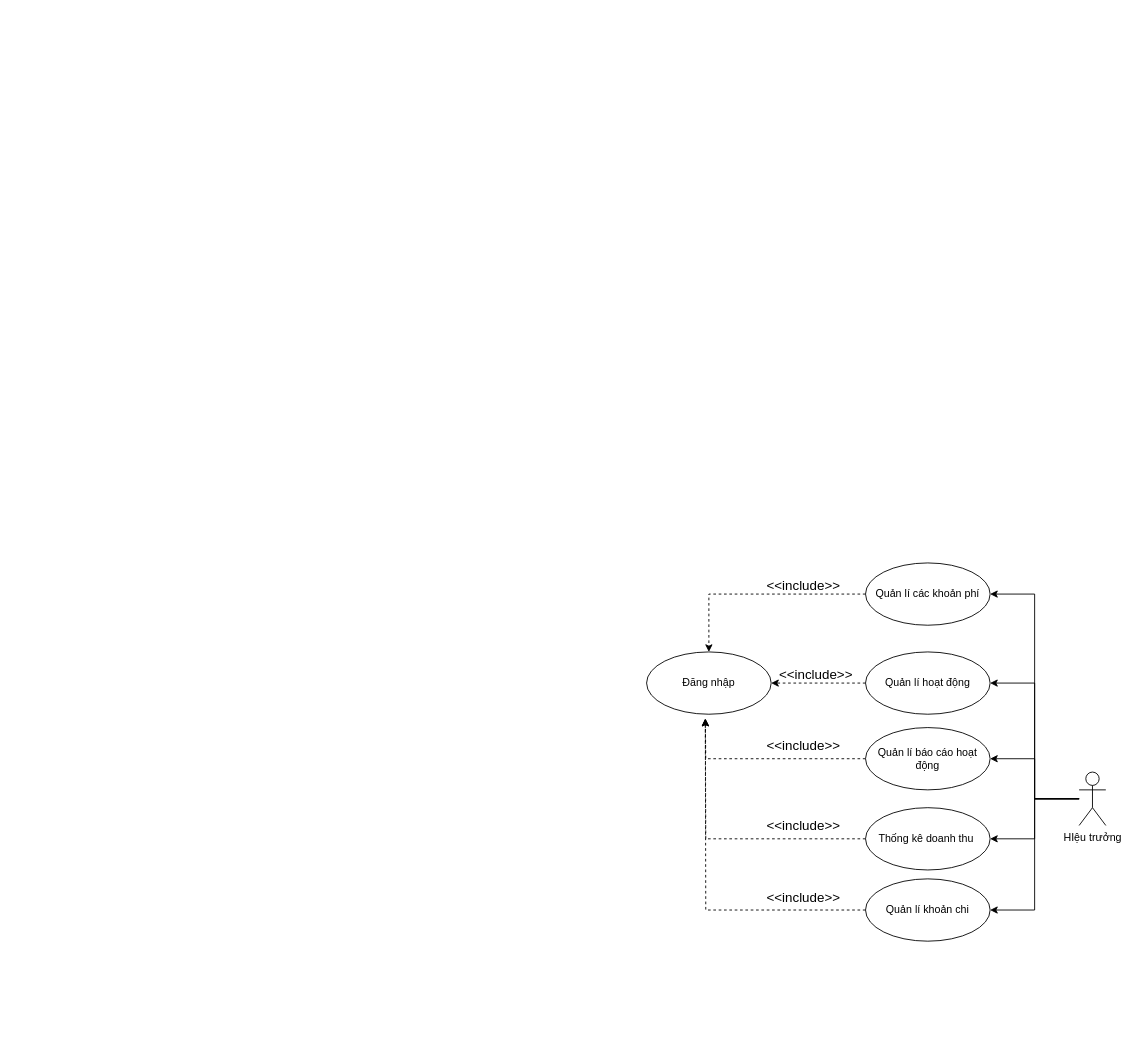
Before: page "usecase tong" (2 of 7) of doc/usecase/mamnonusecase.drawio in tuankiet64-cntt/quanlitruongmamnon, a draw.io diagram. Source tidied: cells renumbered, new cells numbered last; positions are measured from the earlier drawing's top-left corner, leaving out a move shared by most shapes. Both pictures are drawn from the tidied source at 89%, with x=0, y=0 at pixel (646, 562).
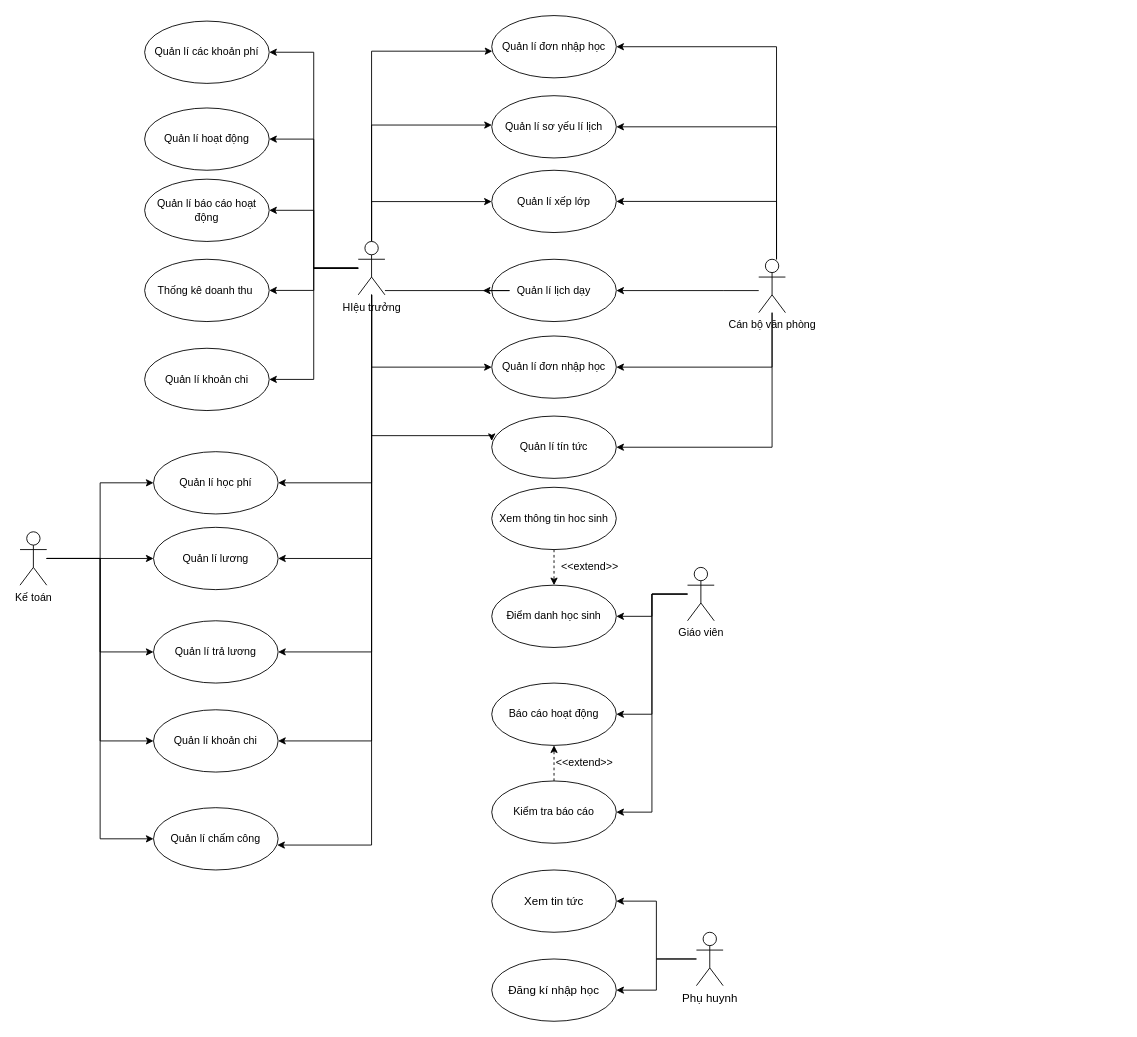
The same page after the edit.

What changed in the source:
```diff
@@
-    <mxCell id="2" value="Đăng nhập" style="ellipse;whiteSpace=wrap;html=1;" parent="1" vertex="1">
-      <mxGeometry y="100" width="140" height="70" as="geometry" />
-    </mxCell>
+    <mxCell id="24" value="Quản lí đơn nhập học" style="ellipse;whiteSpace=wrap;html=1;" parent="1" vertex="1">
+      <mxGeometry x="-174" y="-615" width="140" height="70" as="geometry" />
+    </mxCell>
+    <mxCell id="25" style="edgeStyle=orthogonalEdgeStyle;rounded=0;jettySize=auto;html=1;entryX=1;entryY=0.5;entryDx=0;entryDy=0;" parent="1" edge="1" source="31" target="24">
+      <mxGeometry relative="1" as="geometry">
+        <Array as="points">
+          <mxPoint x="146" y="-580" />
+        </Array>
+      </mxGeometry>
+    </mxCell>
+    <mxCell id="26" style="edgeStyle=orthogonalEdgeStyle;rounded=0;jettySize=auto;html=1;entryX=1;entryY=0.5;entryDx=0;entryDy=0;" parent="1" edge="1" source="31" target="32">
+      <mxGeometry relative="1" as="geometry">
+        <Array as="points">
+          <mxPoint x="146" y="-490" />
+        </Array>
+      </mxGeometry>
+    </mxCell>
+    <mxCell id="27" style="edgeStyle=orthogonalEdgeStyle;rounded=0;jettySize=auto;html=1;entryX=1;entryY=0.5;entryDx=0;entryDy=0;" parent="1" edge="1" source="31" target="33">
+      <mxGeometry relative="1" as="geometry">
+        <Array as="points">
+          <mxPoint x="146" y="-406" />
+        </Array>
+      </mxGeometry>
+    </mxCell>
+    <mxCell id="28" style="edgeStyle=orthogonalEdgeStyle;rounded=0;jettySize=auto;html=1;" parent="1" edge="1" source="31" target="34">
+      <mxGeometry relative="1" as="geometry">
+        <Array as="points">
+          <mxPoint x="86" y="-306" />
+          <mxPoint x="86" y="-306" />
+        </Array>
+      </mxGeometry>
+    </mxCell>
+    <mxCell id="29" style="edgeStyle=orthogonalEdgeStyle;rounded=0;jettySize=auto;html=1;entryX=1;entryY=0.5;entryDx=0;entryDy=0;" parent="1" edge="1" source="31" target="35">
+      <mxGeometry relative="1" as="geometry">
+        <Array as="points">
+          <mxPoint x="141" y="-220" />
+        </Array>
+      </mxGeometry>
+    </mxCell>
+    <mxCell id="30" style="edgeStyle=orthogonalEdgeStyle;rounded=0;jettySize=auto;html=1;entryX=1;entryY=0.5;entryDx=0;entryDy=0;" parent="1" edge="1" source="31" target="36">
+      <mxGeometry relative="1" as="geometry">
+        <Array as="points">
+          <mxPoint x="141" y="-130" />
+        </Array>
+      </mxGeometry>
+    </mxCell>
+    <mxCell id="31" value="Cán bộ văn phòng" style="shape=umlActor;verticalLabelPosition=bottom;verticalAlign=top;html=1;" parent="1" vertex="1">
+      <mxGeometry x="126" y="-341.2" width="30" height="60" as="geometry" />
+    </mxCell>
+    <mxCell id="32" value="Quản lí sơ yếu lí lịch" style="ellipse;whiteSpace=wrap;html=1;" parent="1" vertex="1">
+      <mxGeometry x="-174" y="-525" width="140" height="70" as="geometry" />
+    </mxCell>
+    <mxCell id="33" value="Quản lí xếp lớp" style="ellipse;whiteSpace=wrap;html=1;" parent="1" vertex="1">
+      <mxGeometry x="-174" y="-441.2" width="140" height="70" as="geometry" />
+    </mxCell>
+    <mxCell id="34" value="Quản lí lịch dạy" style="ellipse;whiteSpace=wrap;html=1;" parent="1" vertex="1">
+      <mxGeometry x="-174" y="-341.2" width="140" height="70" as="geometry" />
+    </mxCell>
+    <mxCell id="35" value="Quản lí đơn nhập học" style="ellipse;whiteSpace=wrap;html=1;" parent="1" vertex="1">
+      <mxGeometry x="-174" y="-255" width="140" height="70" as="geometry" />
+    </mxCell>
+    <mxCell id="36" value="Quản lí tín tức" style="ellipse;whiteSpace=wrap;html=1;" parent="1" vertex="1">
+      <mxGeometry x="-174" y="-165" width="140" height="70" as="geometry" />
+    </mxCell>
@@
-    <mxCell id="7" style="edgeStyle=orthogonalEdgeStyle;rounded=0;jettySize=auto;html=1;entryX=1;entryY=0.5;entryDx=0;entryDy=0;" parent="1" edge="1" source="8" target="19">
-      <mxGeometry relative="1" as="geometry" />
-    </mxCell>
+    <mxCell id="37" style="edgeStyle=orthogonalEdgeStyle;rounded=0;jettySize=auto;html=1;entryX=1;entryY=0.5;entryDx=0;entryDy=0;" parent="1" edge="1" source="8" target="49">
+      <mxGeometry relative="1" as="geometry" />
+    </mxCell>
+    <mxCell id="38" style="edgeStyle=orthogonalEdgeStyle;rounded=0;jettySize=auto;html=1;" parent="1" edge="1" source="8" target="24">
+      <mxGeometry relative="1" as="geometry">
+        <Array as="points">
+          <mxPoint x="-309" y="-575" />
+        </Array>
+      </mxGeometry>
+    </mxCell>
+    <mxCell id="39" style="edgeStyle=orthogonalEdgeStyle;rounded=0;jettySize=auto;html=1;" parent="1" edge="1" source="8" target="32">
+      <mxGeometry relative="1" as="geometry">
+        <Array as="points">
+          <mxPoint x="-309" y="-492" />
+        </Array>
+      </mxGeometry>
+    </mxCell>
+    <mxCell id="40" style="edgeStyle=orthogonalEdgeStyle;rounded=0;jettySize=auto;html=1;" parent="1" edge="1" source="8" target="33">
+      <mxGeometry relative="1" as="geometry">
+        <Array as="points">
+          <mxPoint x="-309" y="-406" />
+        </Array>
+      </mxGeometry>
+    </mxCell>
+    <mxCell id="41" style="edgeStyle=orthogonalEdgeStyle;rounded=0;jettySize=auto;html=1;" parent="1" edge="1" source="8">
+      <mxGeometry relative="1" as="geometry">
+        <mxPoint x="-184" y="-306" as="targetPoint" />
+        <Array as="points">
+          <mxPoint x="-154" y="-306" />
+          <mxPoint x="-154" y="-306" />
+        </Array>
+      </mxGeometry>
+    </mxCell>
+    <mxCell id="42" style="edgeStyle=orthogonalEdgeStyle;rounded=0;jettySize=auto;html=1;entryX=0;entryY=0.5;entryDx=0;entryDy=0;" parent="1" edge="1" source="8" target="35">
+      <mxGeometry relative="1" as="geometry">
+        <Array as="points">
+          <mxPoint x="-309" y="-220" />
+        </Array>
+      </mxGeometry>
+    </mxCell>
+    <mxCell id="43" style="edgeStyle=orthogonalEdgeStyle;rounded=0;jettySize=auto;html=1;entryX=0;entryY=0.4;entryDx=0;entryDy=0;entryPerimeter=0;" parent="1" edge="1" source="8" target="36">
+      <mxGeometry relative="1" as="geometry">
+        <Array as="points">
+          <mxPoint x="-309" y="-143" />
+        </Array>
+      </mxGeometry>
+    </mxCell>
+    <mxCell id="44" style="edgeStyle=orthogonalEdgeStyle;rounded=0;jettySize=auto;html=1;entryX=1;entryY=0.5;entryDx=0;entryDy=0;" parent="1" edge="1" source="8" target="56">
+      <mxGeometry relative="1" as="geometry">
+        <Array as="points">
+          <mxPoint x="-309" y="-90" />
+        </Array>
+      </mxGeometry>
+    </mxCell>
+    <mxCell id="45" style="edgeStyle=orthogonalEdgeStyle;rounded=0;jettySize=auto;html=1;entryX=1;entryY=0.5;entryDx=0;entryDy=0;" parent="1" edge="1" source="8" target="57">
+      <mxGeometry relative="1" as="geometry">
+        <Array as="points">
+          <mxPoint x="-309" y="-5" />
+        </Array>
+      </mxGeometry>
+    </mxCell>
+    <mxCell id="46" style="edgeStyle=orthogonalEdgeStyle;rounded=0;jettySize=auto;html=1;entryX=1;entryY=0.5;entryDx=0;entryDy=0;" parent="1" edge="1" source="8" target="58">
+      <mxGeometry relative="1" as="geometry">
+        <Array as="points">
+          <mxPoint x="-309" y="100" />
+        </Array>
+      </mxGeometry>
+    </mxCell>
+    <mxCell id="47" style="edgeStyle=orthogonalEdgeStyle;rounded=0;jettySize=auto;html=1;entryX=1;entryY=0.5;entryDx=0;entryDy=0;" parent="1" edge="1" source="8" target="59">
+      <mxGeometry relative="1" as="geometry">
+        <Array as="points">
+          <mxPoint x="-309" y="200" />
+        </Array>
+      </mxGeometry>
+    </mxCell>
+    <mxCell id="48" style="edgeStyle=orthogonalEdgeStyle;rounded=0;jettySize=auto;html=1;entryX=0.993;entryY=0.6;entryDx=0;entryDy=0;entryPerimeter=0;" parent="1" edge="1" source="8" target="60">
+      <mxGeometry relative="1" as="geometry">
+        <Array as="points">
+          <mxPoint x="-309" y="317" />
+        </Array>
+      </mxGeometry>
+    </mxCell>
     <mxCell id="8" value="HIệu trưởng" style="shape=umlActor;verticalLabelPosition=bottom;verticalAlign=top;html=1;outlineConnect=0;" parent="1" vertex="1">
-      <mxGeometry x="486" y="235" width="30" height="60" as="geometry" />
+      <mxGeometry x="-324" y="-361.2" width="30" height="60" as="geometry" />
     </mxCell>
-    <mxCell id="9" style="edgeStyle=orthogonalEdgeStyle;rounded=0;jettySize=auto;html=1;dashed=1;" parent="1" edge="1" source="10" target="2">
-      <mxGeometry relative="1" as="geometry" />
-    </mxCell>
     <mxCell id="10" value="Quản lí hoạt động" style="ellipse;whiteSpace=wrap;html=1;" parent="1" vertex="1">
-      <mxGeometry x="246" y="100" width="140" height="70" as="geometry" />
+      <mxGeometry x="-564" y="-511.2" width="140" height="70" as="geometry" />
     </mxCell>
-    <mxCell id="11" style="edgeStyle=orthogonalEdgeStyle;rounded=0;jettySize=auto;html=1;dashed=1;" parent="1" edge="1" source="12">
-      <mxGeometry relative="1" as="geometry">
-        <mxPoint x="66" y="175" as="targetPoint" />
-      </mxGeometry>
-    </mxCell>
     <mxCell id="12" value="Quản lí báo cáo hoạt động" style="ellipse;whiteSpace=wrap;html=1;" parent="1" vertex="1">
-      <mxGeometry x="246" y="185" width="140" height="70" as="geometry" />
+      <mxGeometry x="-564" y="-431.2" width="140" height="70" as="geometry" />
     </mxCell>
-    <mxCell id="13" style="edgeStyle=orthogonalEdgeStyle;rounded=0;jettySize=auto;html=1;dashed=1;" parent="1" edge="1" source="14">
-      <mxGeometry relative="1" as="geometry">
-        <mxPoint x="66" y="175" as="targetPoint" />
-      </mxGeometry>
-    </mxCell>
     <mxCell id="14" value="Thống kê doanh thu&amp;nbsp;" style="ellipse;whiteSpace=wrap;html=1;" parent="1" vertex="1">
-      <mxGeometry x="246" y="275" width="140" height="70" as="geometry" />
+      <mxGeometry x="-564" y="-341.2" width="140" height="70" as="geometry" />
     </mxCell>
-    <mxCell id="15" style="edgeStyle=orthogonalEdgeStyle;rounded=0;jettySize=auto;html=1;dashed=1;" parent="1" edge="1" source="16" target="2">
-      <mxGeometry relative="1" as="geometry" />
-    </mxCell>
     <mxCell id="16" value="Quản lí các khoản phí" style="ellipse;whiteSpace=wrap;html=1;" parent="1" vertex="1">
-      <mxGeometry x="246" width="140" height="70" as="geometry" />
+      <mxGeometry x="-564" y="-608.8" width="140" height="70" as="geometry" />
     </mxCell>
-    <mxCell id="17" value="&amp;lt;&amp;lt;include&amp;gt;&amp;gt;" style="text;html=1;align=center;verticalAlign=middle;fontSize=15;rotation=0;" parent="1" vertex="1">
-      <mxGeometry x="126" y="285" width="100" height="20" as="geometry" />
-    </mxCell>
-    <mxCell id="18" style="edgeStyle=orthogonalEdgeStyle;rounded=0;jettySize=auto;html=1;dashed=1;" parent="1" edge="1" source="19">
-      <mxGeometry relative="1" as="geometry">
-        <mxPoint x="66" y="175" as="targetPoint" />
-      </mxGeometry>
-    </mxCell>
-    <mxCell id="19" value="Quản lí khoản chi" style="ellipse;whiteSpace=wrap;html=1;" parent="1" vertex="1">
-      <mxGeometry x="246" y="355" width="140" height="70" as="geometry" />
-    </mxCell>
-    <mxCell id="20" value="&amp;lt;&amp;lt;include&amp;gt;&amp;gt;" style="text;html=1;align=center;verticalAlign=middle;fontSize=15;rotation=0;" parent="1" vertex="1">
-      <mxGeometry x="126" y="195" width="100" height="20" as="geometry" />
-    </mxCell>
-    <mxCell id="21" value="&amp;lt;&amp;lt;include&amp;gt;&amp;gt;" style="text;html=1;align=center;verticalAlign=middle;fontSize=15;rotation=0;" parent="1" vertex="1">
-      <mxGeometry x="140" y="115" width="100" height="20" as="geometry" />
-    </mxCell>
-    <mxCell id="22" value="&amp;lt;&amp;lt;include&amp;gt;&amp;gt;" style="text;html=1;align=center;verticalAlign=middle;fontSize=15;rotation=0;" parent="1" vertex="1">
-      <mxGeometry x="126" y="15" width="100" height="20" as="geometry" />
-    </mxCell>
-    <mxCell id="23" value="&amp;lt;&amp;lt;include&amp;gt;&amp;gt;" style="text;html=1;align=center;verticalAlign=middle;fontSize=15;rotation=0;" parent="1" vertex="1">
-      <mxGeometry x="126" y="365" width="100" height="20" as="geometry" />
-    </mxCell>
+    <mxCell id="49" value="Quản lí khoản chi" style="ellipse;whiteSpace=wrap;html=1;" parent="1" vertex="1">
+      <mxGeometry x="-564" y="-241.2" width="140" height="70" as="geometry" />
+    </mxCell>
+    <mxCell id="50" style="edgeStyle=orthogonalEdgeStyle;rounded=0;jettySize=auto;html=1;entryX=0;entryY=0.5;entryDx=0;entryDy=0;" parent="1" edge="1" source="55" target="56">
+      <mxGeometry relative="1" as="geometry" />
+    </mxCell>
+    <mxCell id="51" style="edgeStyle=orthogonalEdgeStyle;rounded=0;jettySize=auto;html=1;entryX=0;entryY=0.5;entryDx=0;entryDy=0;" parent="1" edge="1" source="55" target="57">
+      <mxGeometry relative="1" as="geometry" />
+    </mxCell>
+    <mxCell id="52" style="edgeStyle=orthogonalEdgeStyle;rounded=0;jettySize=auto;html=1;entryX=0;entryY=0.5;entryDx=0;entryDy=0;" parent="1" edge="1" source="55" target="58">
+      <mxGeometry relative="1" as="geometry" />
+    </mxCell>
+    <mxCell id="53" style="edgeStyle=orthogonalEdgeStyle;rounded=0;jettySize=auto;html=1;entryX=0;entryY=0.5;entryDx=0;entryDy=0;" parent="1" edge="1" source="55" target="59">
+      <mxGeometry relative="1" as="geometry" />
+    </mxCell>
+    <mxCell id="54" style="edgeStyle=orthogonalEdgeStyle;rounded=0;jettySize=auto;html=1;entryX=0;entryY=0.5;entryDx=0;entryDy=0;" parent="1" edge="1" source="55" target="60">
+      <mxGeometry relative="1" as="geometry" />
+    </mxCell>
+    <mxCell id="55" value="Kế toán" style="shape=umlActor;verticalLabelPosition=bottom;verticalAlign=top;html=1;" parent="1" vertex="1">
+      <mxGeometry x="-704" y="-35" width="30" height="60" as="geometry" />
+    </mxCell>
+    <mxCell id="56" value="Quản lí học phí" style="ellipse;whiteSpace=wrap;html=1;" parent="1" vertex="1">
+      <mxGeometry x="-554" y="-125" width="140" height="70" as="geometry" />
+    </mxCell>
+    <mxCell id="57" value="Quản lí lương" style="ellipse;whiteSpace=wrap;html=1;" parent="1" vertex="1">
+      <mxGeometry x="-554" y="-40" width="140" height="70" as="geometry" />
+    </mxCell>
+    <mxCell id="58" value="Quản lí trả lương" style="ellipse;whiteSpace=wrap;html=1;" parent="1" vertex="1">
+      <mxGeometry x="-554" y="65" width="140" height="70" as="geometry" />
+    </mxCell>
+    <mxCell id="59" value="Quản lí khoản chi" style="ellipse;whiteSpace=wrap;html=1;" parent="1" vertex="1">
+      <mxGeometry x="-554" y="165" width="140" height="70" as="geometry" />
+    </mxCell>
+    <mxCell id="60" value="Quản lí chấm công" style="ellipse;whiteSpace=wrap;html=1;" parent="1" vertex="1">
+      <mxGeometry x="-554" y="275" width="140" height="70" as="geometry" />
+    </mxCell>
+    <mxCell id="61" style="edgeStyle=orthogonalEdgeStyle;rounded=0;jettySize=auto;html=1;entryX=1;entryY=0.5;entryDx=0;entryDy=0;fontSize=15;" parent="1" edge="1" source="64" target="65">
+      <mxGeometry relative="1" as="geometry" />
+    </mxCell>
+    <mxCell id="62" style="edgeStyle=orthogonalEdgeStyle;rounded=0;jettySize=auto;html=1;entryX=1;entryY=0.5;entryDx=0;entryDy=0;fontSize=15;" parent="1" edge="1" source="64" target="66">
+      <mxGeometry relative="1" as="geometry" />
+    </mxCell>
+    <mxCell id="63" style="edgeStyle=orthogonalEdgeStyle;rounded=0;jettySize=auto;html=1;entryX=1;entryY=0.5;entryDx=0;entryDy=0;fontSize=15;" parent="1" edge="1" source="64" target="70">
+      <mxGeometry relative="1" as="geometry" />
+    </mxCell>
+    <mxCell id="64" value="Giáo viên" style="shape=umlActor;verticalLabelPosition=bottom;verticalAlign=top;html=1;" parent="1" vertex="1">
+      <mxGeometry x="46" y="5" width="30" height="60" as="geometry" />
+    </mxCell>
+    <mxCell id="65" value="Điểm danh học sinh" style="ellipse;whiteSpace=wrap;html=1;" parent="1" vertex="1">
+      <mxGeometry x="-174" y="25" width="140" height="70" as="geometry" />
+    </mxCell>
+    <mxCell id="66" value="Báo cáo hoạt động" style="ellipse;whiteSpace=wrap;html=1;" parent="1" vertex="1">
+      <mxGeometry x="-174" y="135" width="140" height="70" as="geometry" />
+    </mxCell>
+    <mxCell id="67" style="edgeStyle=orthogonalEdgeStyle;rounded=0;jettySize=auto;html=1;entryX=0.5;entryY=0;entryDx=0;entryDy=0;dashed=1;" parent="1" edge="1" source="68" target="65">
+      <mxGeometry relative="1" as="geometry" />
+    </mxCell>
+    <mxCell id="68" value="Xem thông tin hoc sinh" style="ellipse;whiteSpace=wrap;html=1;" parent="1" vertex="1">
+      <mxGeometry x="-174" y="-85" width="140" height="70" as="geometry" />
+    </mxCell>
+    <mxCell id="69" style="edgeStyle=orthogonalEdgeStyle;rounded=0;jettySize=auto;html=1;entryX=0.5;entryY=1;entryDx=0;entryDy=0;dashed=1;fontSize=15;" parent="1" edge="1" source="70" target="66">
+      <mxGeometry relative="1" as="geometry" />
+    </mxCell>
+    <mxCell id="70" value="Kiểm tra báo cáo" style="ellipse;whiteSpace=wrap;html=1;" parent="1" vertex="1">
+      <mxGeometry x="-174" y="245" width="140" height="70" as="geometry" />
+    </mxCell>
+    <mxCell id="71" value="&amp;lt;&amp;lt;extend&amp;gt;&amp;gt;" style="text;html=1;align=center;verticalAlign=middle;" parent="1" vertex="1">
+      <mxGeometry x="-104" y="-5" width="80" height="20" as="geometry" />
+    </mxCell>
+    <mxCell id="72" value="&amp;lt;&amp;lt;extend&amp;gt;&amp;gt;" style="text;html=1;align=center;verticalAlign=middle;" parent="1" vertex="1">
+      <mxGeometry x="-110" y="215" width="80" height="20" as="geometry" />
+    </mxCell>
+    <mxCell id="73" style="edgeStyle=orthogonalEdgeStyle;rounded=0;jettySize=auto;html=1;entryX=1;entryY=0.5;entryDx=0;entryDy=0;fontSize=13;" parent="1" edge="1" source="75" target="76">
+      <mxGeometry relative="1" as="geometry" />
+    </mxCell>
+    <mxCell id="74" style="edgeStyle=orthogonalEdgeStyle;rounded=0;jettySize=auto;html=1;entryX=1;entryY=0.5;entryDx=0;entryDy=0;fontSize=13;" parent="1" edge="1" source="75" target="77">
+      <mxGeometry relative="1" as="geometry" />
+    </mxCell>
+    <mxCell id="75" value="Phụ huynh" style="shape=umlActor;verticalLabelPosition=bottom;verticalAlign=top;html=1;fontSize=13;" parent="1" vertex="1">
+      <mxGeometry x="56" y="415" width="30" height="60" as="geometry" />
+    </mxCell>
+    <mxCell id="76" value="Xem tin tức" style="ellipse;whiteSpace=wrap;html=1;fontSize=13;" parent="1" vertex="1">
+      <mxGeometry x="-174" y="345" width="140" height="70" as="geometry" />
+    </mxCell>
+    <mxCell id="77" value="Đăng kí nhập học" style="ellipse;whiteSpace=wrap;html=1;fontSize=13;" parent="1" vertex="1">
+      <mxGeometry x="-174" y="445" width="140" height="70" as="geometry" />
+    </mxCell>
```
